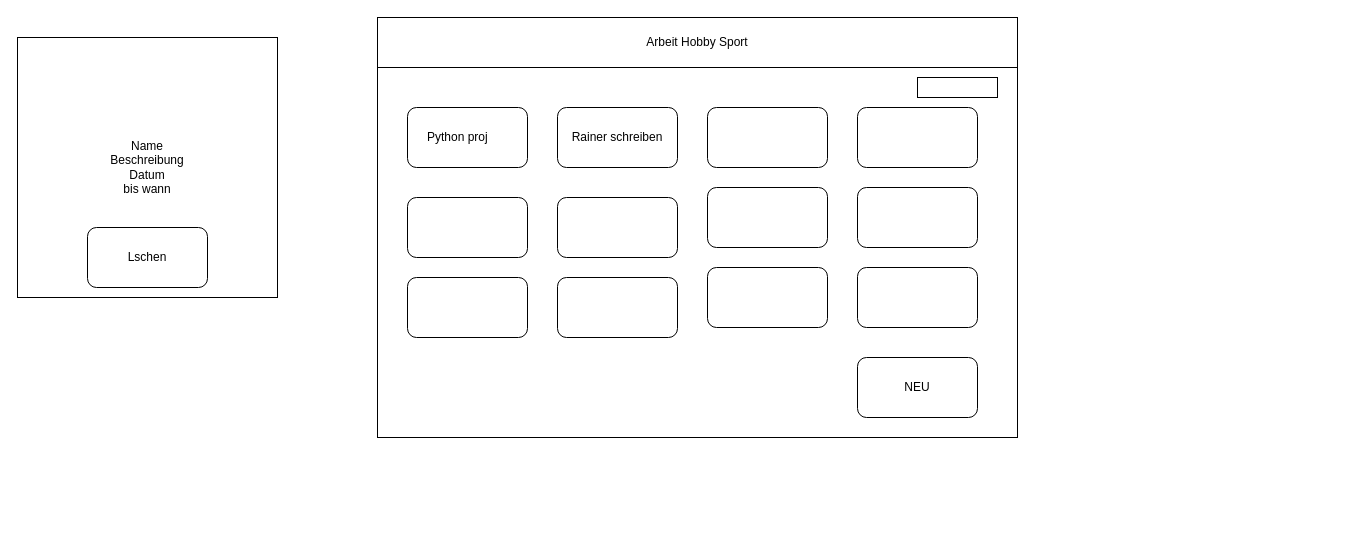
This is plan.drawio from simon-klk/todo, a draw.io file, before an edit. Source tidied: cells renumbered, new cells numbered last; positions are measured from the earlier drawing's top-left corner, leaving out a move shared by most shapes. Both pictures are drawn from the tidied source at 100%, with x=0, y=0 at pixel (17, 17).
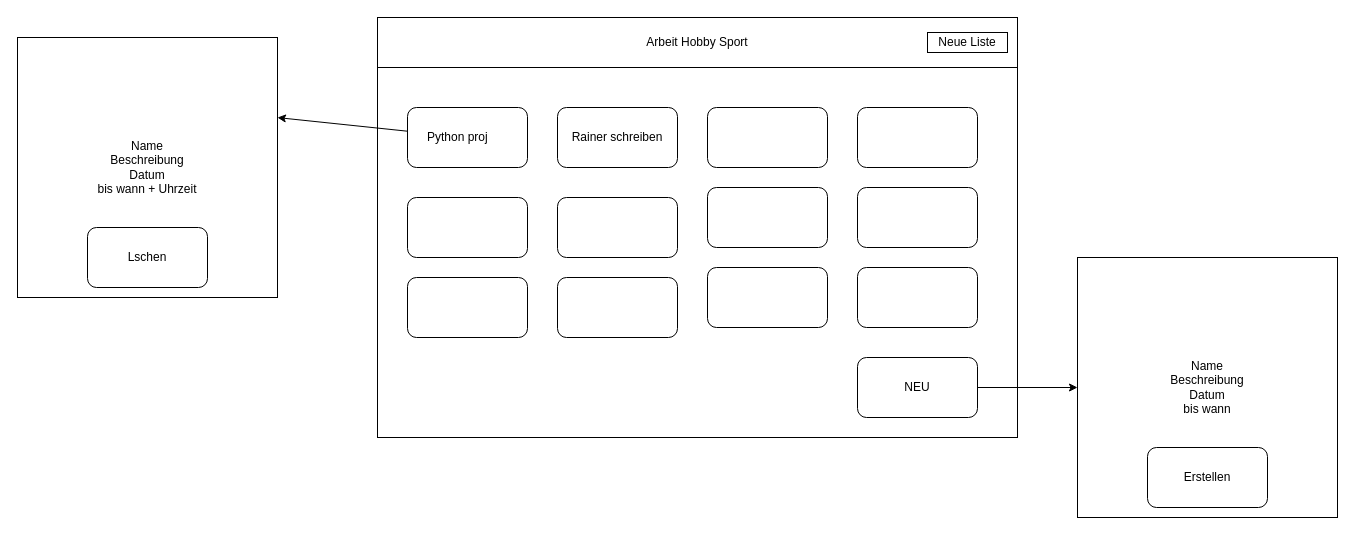
After the change.

Commit message:
GUI plan fertig

The change refers to these unchanged cells:
```xml
<mxCell id="3" value="Python proj&lt;span style=&quot;white-space: pre;&quot;&gt;&#9;&lt;/span&gt;" style="rounded=1;whiteSpace=wrap;html=1;" parent="1" vertex="1">
  <mxGeometry x="390" y="90" width="120" height="60" as="geometry" />
</mxCell>
<mxCell id="16" value="NEU" style="rounded=1;whiteSpace=wrap;html=1;" parent="1" vertex="1">
  <mxGeometry x="840" y="340" width="120" height="60" as="geometry" />
</mxCell>
```

Change to the diagram source:
```diff
@@
+    <mxCell id="20" style="edgeStyle=none;html=1;entryX=1;entryY=0.308;entryDx=0;entryDy=0;entryPerimeter=0;" parent="1" edge="1" source="3" target="17">
+      <mxGeometry relative="1" as="geometry" />
+    </mxCell>
@@
+    <mxCell id="21" style="edgeStyle=none;html=1;" parent="1" edge="1" source="16" target="22">
+      <mxGeometry relative="1" as="geometry" />
+    </mxCell>
@@
-    <mxCell id="17" value="Name&lt;div&gt;Beschreibung&lt;br&gt;&lt;div&gt;Datum&lt;/div&gt;&lt;div&gt;bis wann&lt;/div&gt;&lt;/div&gt;" style="rounded=0;whiteSpace=wrap;html=1;" parent="1" vertex="1">
+    <mxCell id="17" value="Name&lt;div&gt;Beschreibung&lt;br&gt;&lt;div&gt;Datum&lt;/div&gt;&lt;div&gt;bis wann + Uhrzeit&lt;/div&gt;&lt;/div&gt;" style="rounded=0;whiteSpace=wrap;html=1;" parent="1" vertex="1">
       <mxGeometry y="20" width="260" height="260" as="geometry" />
     </mxCell>
@@
-    <mxCell id="19" style="rounded=0;whiteSpace=wrap;html=1;" parent="1" vertex="1">
-      <mxGeometry x="900" y="60" width="80" height="20" as="geometry" />
+    <mxCell id="19" value="Neue Liste" style="rounded=0;whiteSpace=wrap;html=1;" parent="1" vertex="1">
+      <mxGeometry x="910" y="15" width="80" height="20" as="geometry" />
     </mxCell>
+    <mxCell id="22" value="Name&lt;div&gt;Beschreibung&lt;br&gt;&lt;div&gt;Datum&lt;/div&gt;&lt;div&gt;bis wann&lt;/div&gt;&lt;/div&gt;" style="rounded=0;whiteSpace=wrap;html=1;" parent="1" vertex="1">
+      <mxGeometry x="1060" y="240" width="260" height="260" as="geometry" />
+    </mxCell>
+    <mxCell id="23" value="Erstellen" style="rounded=1;whiteSpace=wrap;html=1;" parent="1" vertex="1">
+      <mxGeometry x="1130" y="430" width="120" height="60" as="geometry" />
+    </mxCell>
```
